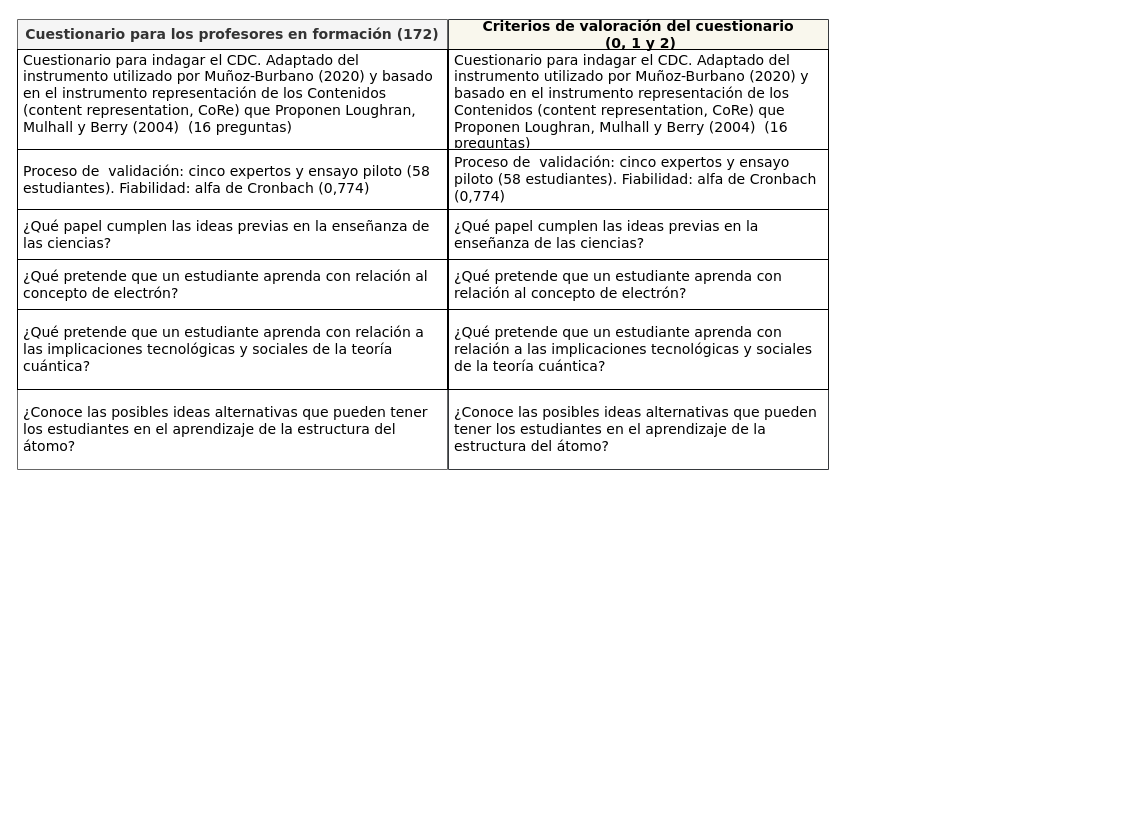
luisedchaf/Drawio keeps this draw.io diagram as CDC4.drawio. Above is the earlier version. Source tidied: cells renumbered, new cells numbered last; positions are measured from the earlier drawing's top-left corner, leaving out a move shared by most shapes. Both pictures are drawn from the tidied source at 100%, with x=0, y=0 at pixel (17, 19).
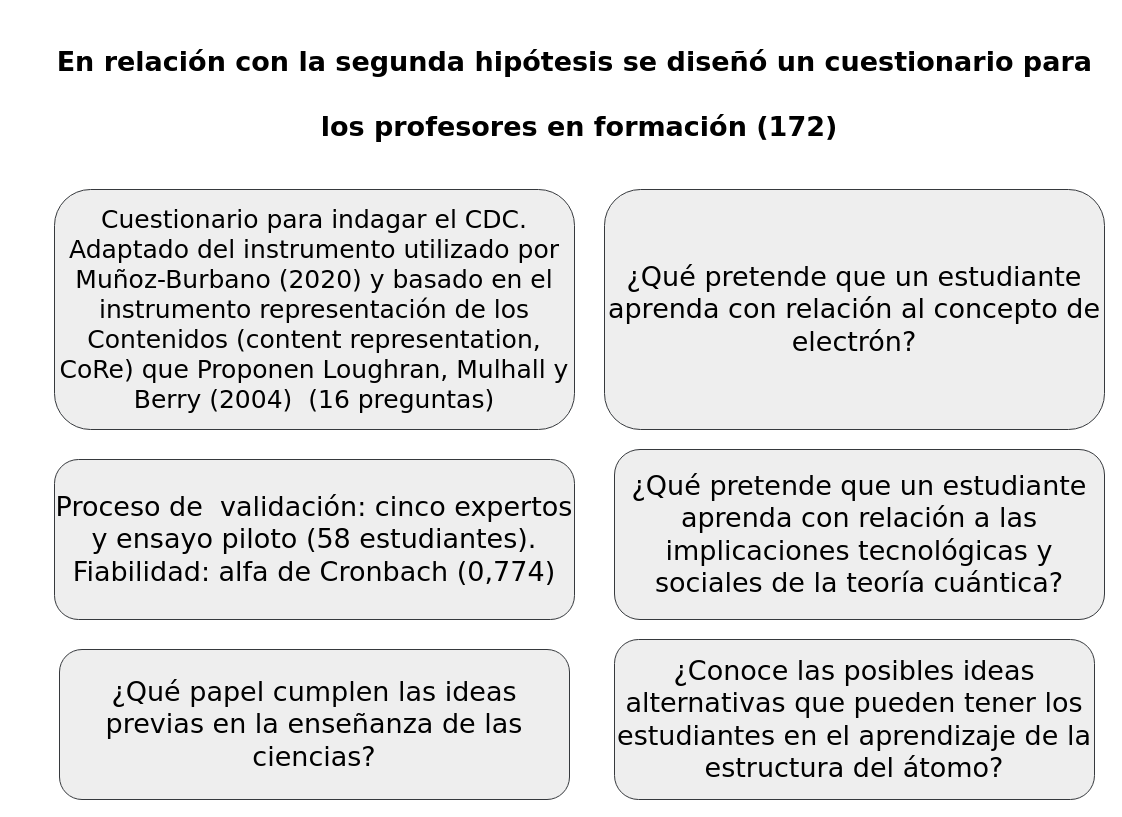
The same diagram, later.

What changed in the source:
```diff
@@
 <mxGraphModel>
   <root>
     <mxCell id="0" />
     <mxCell id="1" parent="0" />
-    <mxCell id="2" value="Cuestionario para los profesores en formación (172)" style="swimlane;fontStyle=1;horizontal=1;startSize=30;whiteSpace=wrap;html=1;fontFamily=Verdana;fontSize=14;fillColor=#f5f5f5;fontColor=#333333;strokeColor=#666666;" parent="1" vertex="1">
-      <mxGeometry width="430" height="450" as="geometry" />
-    </mxCell>
-    <mxCell id="3" value="&lt;div&gt;Cuestionario para indagar el CDC. Adaptado del instrumento utilizado por Muñoz-Burbano (2020) y basado en el instrumento representación de los Contenidos (content representation, CoRe) que Proponen Loughran, Mulhall y Berry (2004)&amp;nbsp; (16 preguntas)&lt;/div&gt;&lt;div&gt;&lt;br&gt;&lt;/div&gt;" style="text;strokeColor=default;fillColor=none;align=left;verticalAlign=middle;spacingLeft=4;spacingRight=4;overflow=hidden;whiteSpace=wrap;html=1;fontFamily=Verdana;fontSize=14;" parent="2" vertex="1">
-      <mxGeometry y="30" width="430" height="100" as="geometry" />
-    </mxCell>
-    <mxCell id="4" value="&lt;div&gt;Proceso de&amp;nbsp; validación: cinco expertos y ensayo piloto (58 estudiantes). Fiabilidad: alfa de Cronbach (0,774)&lt;/div&gt;" style="text;strokeColor=default;fillColor=none;align=left;verticalAlign=middle;spacingLeft=4;spacingRight=4;overflow=hidden;whiteSpace=wrap;html=1;fontFamily=Verdana;fontSize=14;" parent="2" vertex="1">
-      <mxGeometry y="130" width="430" height="60" as="geometry" />
-    </mxCell>
-    <mxCell id="5" value="&lt;div&gt;¿Qué papel cumplen las ideas previas en la enseñanza de las ciencias?&lt;/div&gt;" style="text;strokeColor=default;fillColor=none;align=left;verticalAlign=middle;spacingLeft=4;spacingRight=4;overflow=hidden;whiteSpace=wrap;html=1;fontFamily=Verdana;fontSize=14;" parent="2" vertex="1">
-      <mxGeometry y="190" width="430" height="50" as="geometry" />
-    </mxCell>
-    <mxCell id="6" value="&lt;div&gt;¿Qué pretende que un estudiante aprenda con relación al concepto de electrón?&lt;/div&gt;" style="text;strokeColor=default;fillColor=none;align=left;verticalAlign=middle;spacingLeft=4;spacingRight=4;overflow=hidden;whiteSpace=wrap;html=1;fontFamily=Verdana;fontSize=14;" parent="2" vertex="1">
-      <mxGeometry y="240" width="430" height="50" as="geometry" />
-    </mxCell>
-    <mxCell id="7" value="&lt;div&gt;¿Qué pretende que un estudiante aprenda con relación a las implicaciones tecnológicas y sociales de la teoría cuántica?&lt;/div&gt;" style="text;strokeColor=default;fillColor=none;align=left;verticalAlign=middle;spacingLeft=4;spacingRight=4;overflow=hidden;whiteSpace=wrap;html=1;fontFamily=Verdana;fontSize=14;" parent="2" vertex="1">
-      <mxGeometry y="290" width="430" height="80" as="geometry" />
-    </mxCell>
-    <mxCell id="8" value="&lt;div&gt;¿Conoce las posibles ideas alternativas que pueden tener los estudiantes en el aprendizaje de la estructura del átomo?&lt;/div&gt;" style="text;strokeColor=none;fillColor=none;align=left;verticalAlign=middle;spacingLeft=4;spacingRight=4;overflow=hidden;whiteSpace=wrap;html=1;fontFamily=Verdana;fontSize=14;" parent="2" vertex="1">
-      <mxGeometry y="370" width="430" height="80" as="geometry" />
-    </mxCell>
-    <mxCell id="9" value="&lt;div&gt;Criterios de valoración del cuestionario&lt;/div&gt;&lt;div&gt;&amp;nbsp;(0, 1 y 2)&lt;/div&gt;" style="swimlane;fontStyle=1;horizontal=1;startSize=30;whiteSpace=wrap;html=1;fontFamily=Verdana;fontSize=14;fillColor=#f9f7ed;strokeColor=#36393d;" parent="1" vertex="1">
-      <mxGeometry x="431" width="380" height="450" as="geometry" />
-    </mxCell>
-    <mxCell id="10" value="&lt;div&gt;Cuestionario para indagar el CDC. Adaptado del instrumento utilizado por Muñoz-Burbano (2020) y basado en el instrumento representación de los Contenidos (content representation, CoRe) que Proponen Loughran, Mulhall y Berry (2004)&amp;nbsp; (16 preguntas)&lt;/div&gt;&lt;div&gt;&lt;br&gt;&lt;/div&gt;" style="text;strokeColor=default;fillColor=none;align=left;verticalAlign=middle;spacingLeft=4;spacingRight=4;overflow=hidden;whiteSpace=wrap;html=1;fontFamily=Verdana;fontSize=14;" parent="9" vertex="1">
-      <mxGeometry y="30" width="380" height="100" as="geometry" />
-    </mxCell>
-    <mxCell id="11" value="&lt;div&gt;Proceso de&amp;nbsp; validación: cinco expertos y ensayo piloto (58 estudiantes). Fiabilidad: alfa de Cronbach (0,774)&lt;/div&gt;" style="text;strokeColor=default;fillColor=none;align=left;verticalAlign=middle;spacingLeft=4;spacingRight=4;overflow=hidden;whiteSpace=wrap;html=1;fontFamily=Verdana;fontSize=14;" parent="9" vertex="1">
-      <mxGeometry y="130" width="380" height="60" as="geometry" />
-    </mxCell>
-    <mxCell id="12" value="&lt;div&gt;¿Qué papel cumplen las ideas previas en la enseñanza de las ciencias?&lt;/div&gt;" style="text;strokeColor=default;fillColor=none;align=left;verticalAlign=middle;spacingLeft=4;spacingRight=4;overflow=hidden;whiteSpace=wrap;html=1;fontFamily=Verdana;fontSize=14;" parent="9" vertex="1">
-      <mxGeometry y="190" width="380" height="50" as="geometry" />
-    </mxCell>
-    <mxCell id="13" value="&lt;div&gt;¿Qué pretende que un estudiante aprenda con relación al concepto de electrón?&lt;/div&gt;" style="text;strokeColor=default;fillColor=none;align=left;verticalAlign=middle;spacingLeft=4;spacingRight=4;overflow=hidden;whiteSpace=wrap;html=1;fontFamily=Verdana;fontSize=14;" parent="9" vertex="1">
-      <mxGeometry y="240" width="380" height="50" as="geometry" />
-    </mxCell>
-    <mxCell id="14" value="&lt;div&gt;¿Qué pretende que un estudiante aprenda con relación a las implicaciones tecnológicas y sociales de la teoría cuántica?&lt;/div&gt;" style="text;strokeColor=default;fillColor=none;align=left;verticalAlign=middle;spacingLeft=4;spacingRight=4;overflow=hidden;whiteSpace=wrap;html=1;fontFamily=Verdana;fontSize=14;" parent="9" vertex="1">
-      <mxGeometry y="290" width="380" height="80" as="geometry" />
-    </mxCell>
-    <mxCell id="15" value="&lt;div&gt;¿Conoce las posibles ideas alternativas que pueden tener los estudiantes en el aprendizaje de la estructura del átomo?&lt;/div&gt;" style="text;strokeColor=none;fillColor=none;align=left;verticalAlign=middle;spacingLeft=4;spacingRight=4;overflow=hidden;whiteSpace=wrap;html=1;fontFamily=Verdana;fontSize=14;" parent="9" vertex="1">
-      <mxGeometry y="370" width="380" height="80" as="geometry" />
-    </mxCell>
+    <mxCell id="16" value="&lt;div&gt;Cuestionario para indagar el CDC. Adaptado del instrumento utilizado por Muñoz-Burbano (2020) y basado en el instrumento representación de los Contenidos (content representation, CoRe) que Proponen Loughran, Mulhall y Berry (2004)&amp;nbsp; (16 preguntas)&lt;/div&gt;" style="rounded=1;whiteSpace=wrap;html=1;fontSize=25;fontFamily=Verdana;fillColor=#eeeeee;strokeColor=#36393d;" parent="1" vertex="1">
+      <mxGeometry x="37" y="170" width="520" height="240" as="geometry" />
+    </mxCell>
+    <mxCell id="17" value="&lt;div&gt;Proceso de&amp;nbsp; validación: cinco expertos y ensayo piloto (58 estudiantes). Fiabilidad: alfa de Cronbach (0,774)&lt;/div&gt;" style="rounded=1;whiteSpace=wrap;html=1;fontSize=27;fontFamily=Verdana;fillColor=#eeeeee;strokeColor=#36393d;" parent="1" vertex="1">
+      <mxGeometry x="37" y="440" width="520" height="160" as="geometry" />
+    </mxCell>
+    <mxCell id="18" value="&lt;div&gt;¿Qué papel cumplen las ideas previas en la enseñanza de las ciencias?&lt;/div&gt;" style="rounded=1;whiteSpace=wrap;html=1;fontSize=27;fontFamily=Verdana;fillColor=#eeeeee;strokeColor=#36393d;" parent="1" vertex="1">
+      <mxGeometry x="42" y="630" width="510" height="150" as="geometry" />
+    </mxCell>
+    <mxCell id="19" value="&lt;div&gt;¿Qué pretende que un estudiante aprenda con relación al concepto de electrón?&lt;/div&gt;" style="rounded=1;whiteSpace=wrap;html=1;fontSize=27;fontFamily=Verdana;fillColor=#eeeeee;strokeColor=#36393d;" parent="1" vertex="1">
+      <mxGeometry x="587" y="170" width="500" height="240" as="geometry" />
+    </mxCell>
+    <mxCell id="20" value="&lt;div&gt;¿Qué pretende que un estudiante aprenda con relación a las implicaciones tecnológicas y sociales de la teoría cuántica?&lt;/div&gt;" style="rounded=1;whiteSpace=wrap;html=1;fontSize=27;fontFamily=Verdana;fillColor=#eeeeee;strokeColor=#36393d;" parent="1" vertex="1">
+      <mxGeometry x="597" y="430" width="490" height="170" as="geometry" />
+    </mxCell>
+    <mxCell id="21" value="&lt;div&gt;¿Conoce las posibles ideas alternativas que pueden tener los estudiantes en el aprendizaje de la estructura del átomo?&lt;/div&gt;" style="rounded=1;whiteSpace=wrap;html=1;fontSize=27;fontFamily=Verdana;fillColor=#eeeeee;strokeColor=#36393d;" parent="1" vertex="1">
+      <mxGeometry x="597" y="620" width="480" height="160" as="geometry" />
+    </mxCell>
+    <mxCell id="22" value="&lt;span style=&quot;font-variant: normal; color: black; text-transform: none; letter-spacing: 0pt; font-weight: bold; font-style: normal; vertical-align: baseline;&quot;&gt;En relación con la segunda hipótesis se diseñó un cuestionario para&amp;nbsp;&lt;/span&gt;&lt;div&gt;&lt;span style=&quot;font-variant: normal; color: black; text-transform: none; letter-spacing: 0pt; font-weight: bold; font-style: normal; vertical-align: baseline;&quot;&gt;&lt;br&gt;&lt;/span&gt;&lt;/div&gt;&lt;div&gt;&lt;span style=&quot;font-variant: normal; color: black; text-transform: none; letter-spacing: 0pt; font-weight: bold; font-style: normal; vertical-align: baseline;&quot;&gt;los&lt;/span&gt;&lt;span style=&quot;color: light-dark(black, rgb(237, 237, 237)); font-weight: bold; letter-spacing: 0pt; background-color: transparent;&quot;&gt;&amp;nbsp;profesores en formación (172)&lt;/span&gt;&lt;/div&gt;" style="text;whiteSpace=wrap;html=1;fontFamily=Verdana;align=center;fontSize=27;" parent="1" vertex="1">
+      <mxGeometry x="37" y="20" width="1050" height="110" as="geometry" />
+    </mxCell>
   </root>
 </mxGraphModel>
```
